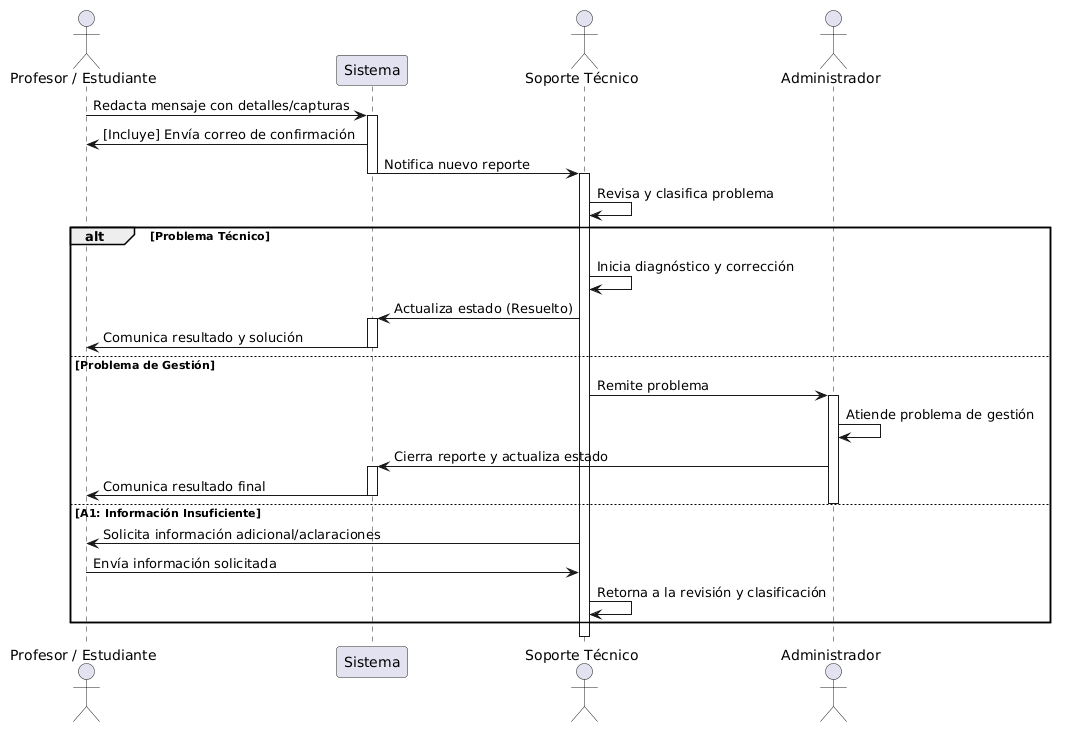
The PlantUML diagram Imgs/DIAGRAMA SECUENCIA 1.png in ezunmur/TALLER4_CODIGOUML, before a commit. Source of this version:
```plantuml
@startuml
actor "Profesor / Estudiante" as Usuario
participant "Sistema" as Sistema
actor "Soporte Técnico" as Soporte
actor "Administrador" as Admin

Usuario -> Sistema : Redacta mensaje con detalles/capturas
activate Sistema

Sistema -> Usuario : [Incluye] Envía correo de confirmación
Sistema -> Soporte : Notifica nuevo reporte
deactivate Sistema

activate Soporte
Soporte -> Soporte : Revisa y clasifica problema

alt Problema Técnico
    Soporte -> Soporte : Inicia diagnóstico y corrección
    Soporte -> Sistema : Actualiza estado (Resuelto)
    activate Sistema
    Sistema -> Usuario : Comunica resultado y solución
    deactivate Sistema

else Problema de Gestión
    Soporte -> Admin : Remite problema
    activate Admin
    Admin -> Admin : Atiende problema de gestión
    Admin -> Sistema : Cierra reporte y actualiza estado
    activate Sistema
    Sistema -> Usuario : Comunica resultado final
    deactivate Sistema
    deactivate Admin

else A1: Información Insuficiente
    Soporte -> Usuario : Solicita información adicional/aclaraciones
    Usuario -> Soporte : Envía información solicitada
    Soporte -> Soporte : Retorna a la revisión y clasificación
end

deactivate Soporte
@enduml
```
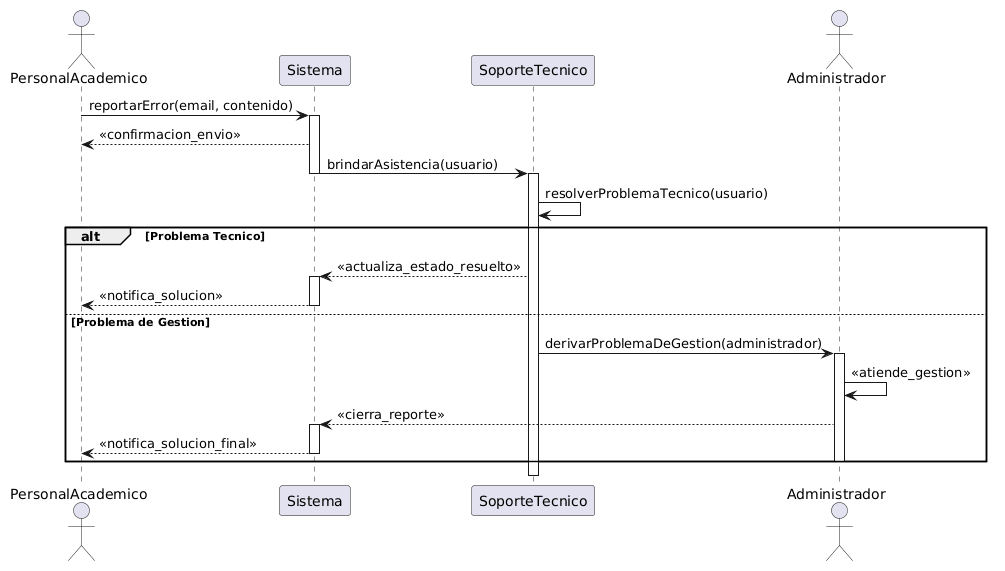
The same diagram one commit later.

The edit, as a diff of the source:
```diff
@@ -1,41 +1,34 @@
 @startuml
-actor "Profesor / Estudiante" as Usuario
+actor "PersonalAcademico" as Usuario
 participant "Sistema" as Sistema
-actor "Soporte Técnico" as Soporte
+participant "SoporteTecnico" as Soporte
 actor "Administrador" as Admin
 
-Usuario -> Sistema : Redacta mensaje con detalles/capturas
+Usuario -> Sistema : reportarError(email, contenido)
 activate Sistema
 
-Sistema -> Usuario : [Incluye] Envía correo de confirmación
-Sistema -> Soporte : Notifica nuevo reporte
+Sistema --> Usuario : <<confirmacion_envio>>
+Sistema -> Soporte : brindarAsistencia(usuario)
 deactivate Sistema
 
 activate Soporte
-Soporte -> Soporte : Revisa y clasifica problema
+Soporte -> Soporte : resolverProblemaTecnico(usuario)
 
-alt Problema Técnico
-    Soporte -> Soporte : Inicia diagnóstico y corrección
-    Soporte -> Sistema : Actualiza estado (Resuelto)
+alt Problema Tecnico
+    Soporte --> Sistema : <<actualiza_estado_resuelto>>
     activate Sistema
-    Sistema -> Usuario : Comunica resultado y solución
+    Sistema --> Usuario : <<notifica_solucion>>
     deactivate Sistema
 
-else Problema de Gestión
-    Soporte -> Admin : Remite problema
+else Problema de Gestion
+    Soporte -> Admin : derivarProblemaDeGestion(administrador)
     activate Admin
-    Admin -> Admin : Atiende problema de gestión
-    Admin -> Sistema : Cierra reporte y actualiza estado
+    Admin -> Admin : <<atiende_gestion>>
+    Admin --> Sistema : <<cierra_reporte>>
     activate Sistema
-    Sistema -> Usuario : Comunica resultado final
+    Sistema --> Usuario : <<notifica_solucion_final>>
     deactivate Sistema
     deactivate Admin
-
-else A1: Información Insuficiente
-    Soporte -> Usuario : Solicita información adicional/aclaraciones
-    Usuario -> Soporte : Envía información solicitada
-    Soporte -> Soporte : Retorna a la revisión y clasificación
 end
-
 deactivate Soporte
 @enduml
```
